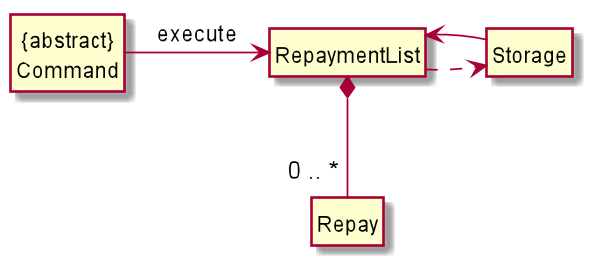
Earlier version of the PlantUML export docs/images/repaymentListClass.png (xieyaoyue/tp).
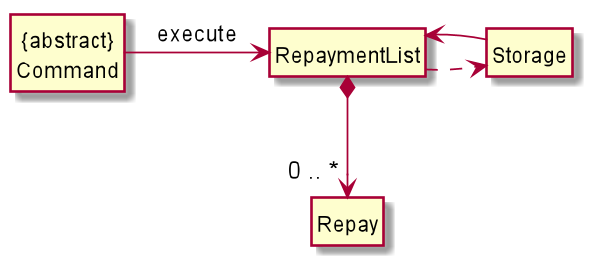
After the commit.

Change to the diagram source:
```diff
@@ -8,7 +8,7 @@
 class RepaymentList
 class Repay
 
-RepaymentList *-- "0 .. *" Repay
+RepaymentList *--> "0 .. *" Repay
 "{abstract}\nCommand" -right-> RepaymentList : execute
 RepaymentList ..> Storage
 Storage -> RepaymentList
```
